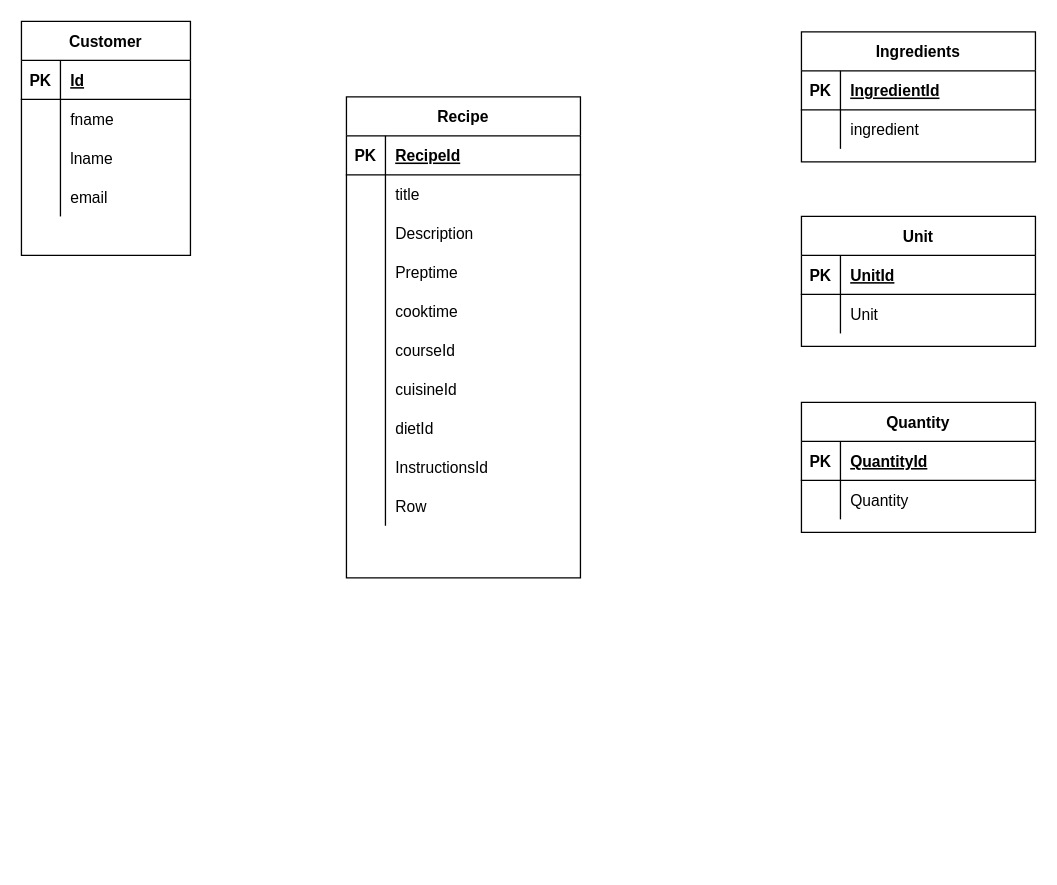
kraj404/techtalk keeps this draw.io diagram as FindRecipe.drawio. Above is the earlier version. Source tidied: cells renumbered, new cells numbered last; positions are measured from the earlier drawing's top-left corner, leaving out a move shared by most shapes. Both pictures are drawn from the tidied source at 130%, with x=0, y=0 at pixel (21, 21).
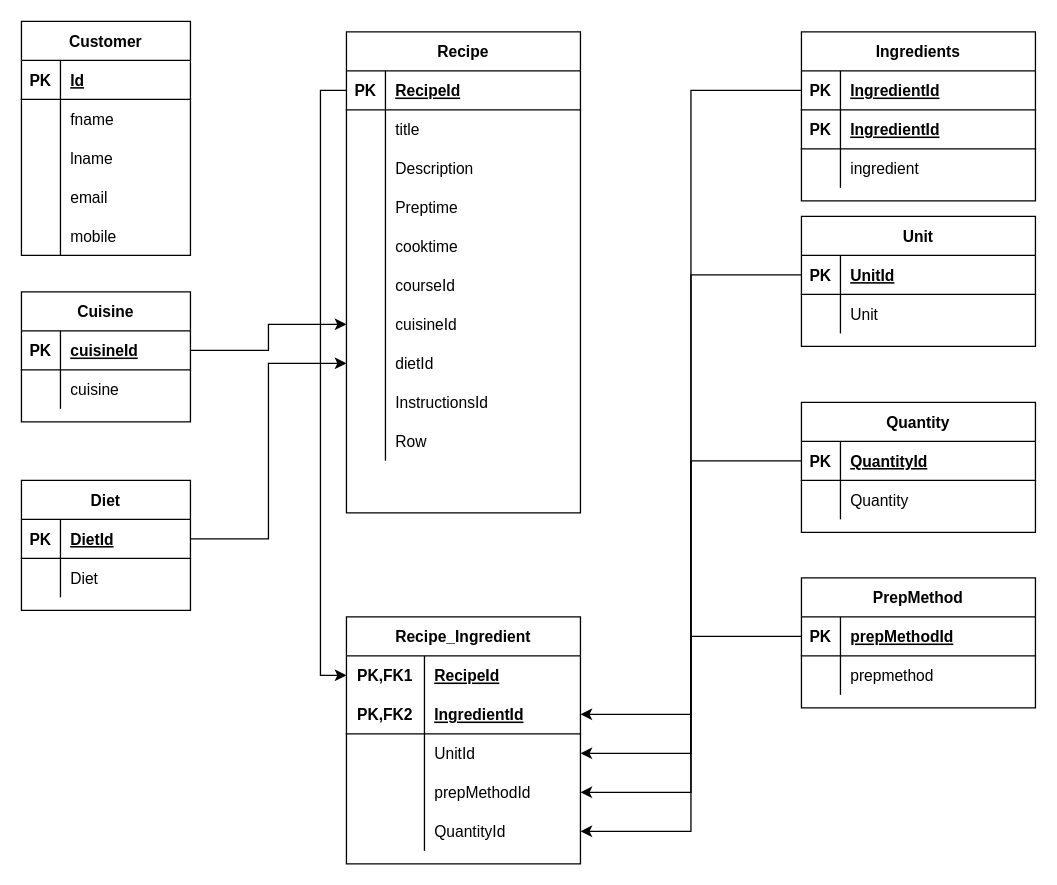
After the change.

Unchanged cells that the change refers to:
```xml
<mxCell id="2" value="Customer" style="shape=table;startSize=30;childLayout=tableLayout;rowLines=0;fontStyle=1;align=center;" parent="1" vertex="1">
  <mxGeometry width="130" height="180" as="geometry" />
</mxCell>
<mxCell id="23" style="shape=partialRectangle;fillColor=none;top=0;left=0;bottom=1;right=0;points=[[0,0.5],[1,0.5]];portConstraint=eastwest;" parent="22" vertex="1">
  <mxGeometry y="30" width="180" height="30" as="geometry" />
</mxCell>
<mxCell id="41" style="shape=partialRectangle;fillColor=none;top=0;left=0;bottom=0;right=0;points=[[0,0.5],[1,0.5]];portConstraint=eastwest;" parent="22" vertex="1">
  <mxGeometry y="210" width="180" height="30" as="geometry" />
</mxCell>
<mxCell id="44" style="shape=partialRectangle;fillColor=none;top=0;left=0;bottom=0;right=0;points=[[0,0.5],[1,0.5]];portConstraint=eastwest;" parent="22" vertex="1">
  <mxGeometry y="240" width="180" height="30" as="geometry" />
</mxCell>
<mxCell id="54" style="shape=partialRectangle;fillColor=none;top=0;left=0;bottom=1;right=0;points=[[0,0.5],[1,0.5]];portConstraint=eastwest;" parent="53" vertex="1">
  <mxGeometry y="30" width="180" height="30" as="geometry" />
</mxCell>
<mxCell id="61" style="shape=partialRectangle;fillColor=none;top=0;left=0;bottom=1;right=0;points=[[0,0.5],[1,0.5]];portConstraint=eastwest;" parent="60" vertex="1">
  <mxGeometry y="30" width="180" height="30" as="geometry" />
</mxCell>
```

The edit, as a diff of the source:
```diff
@@
+    <mxCell id="67" style="shape=partialRectangle;fillColor=none;top=0;left=0;bottom=0;right=0;" parent="2" vertex="1">
+      <mxGeometry y="120" width="130" height="30" as="geometry" />
+    </mxCell>
+    <mxCell id="68" style="shape=partialRectangle;fillColor=none;top=0;left=0;bottom=0;right=0;overflow=hidden;" parent="67" vertex="1">
+      <mxGeometry width="30" height="30" as="geometry" />
+    </mxCell>
+    <mxCell id="69" value="email" style="shape=partialRectangle;fillColor=none;top=0;left=0;bottom=0;right=0;align=left;spacingLeft=6;overflow=hidden;" parent="67" vertex="1">
+      <mxGeometry x="30" width="100" height="30" as="geometry" />
+    </mxCell>
     <mxCell id="12" style="shape=partialRectangle;fillColor=none;top=0;left=0;bottom=0;right=0;" parent="2" vertex="1">
-      <mxGeometry y="120" width="130" height="30" as="geometry" />
+      <mxGeometry y="150" width="130" height="30" as="geometry" />
     </mxCell>
@@
-    <mxCell id="14" value="email" style="shape=partialRectangle;fillColor=none;top=0;left=0;bottom=0;right=0;align=left;spacingLeft=6;overflow=hidden;" parent="12" vertex="1">
+    <mxCell id="14" value="mobile" style="shape=partialRectangle;fillColor=none;top=0;left=0;bottom=0;right=0;align=left;spacingLeft=6;overflow=hidden;" parent="12" vertex="1">
       <mxGeometry x="30" width="100" height="30" as="geometry" />
     </mxCell>
     <mxCell id="15" value="Ingredients" style="shape=table;startSize=30;childLayout=tableLayout;rowLines=0;fontStyle=1;align=center;" parent="1" vertex="1">
-      <mxGeometry x="600" y="8" width="180" height="100" as="geometry" />
+      <mxGeometry x="600" y="8" width="180" height="130" as="geometry" />
     </mxCell>
+    <mxCell id="70" style="shape=partialRectangle;fillColor=none;top=0;left=0;bottom=1;right=0;points=[[0,0.5],[1,0.5]];portConstraint=eastwest;" parent="15" vertex="1">
+      <mxGeometry y="30" width="180" height="30" as="geometry" />
+    </mxCell>
+    <mxCell id="71" value="PK" style="shape=partialRectangle;fillColor=none;top=0;left=0;bottom=0;right=0;fontStyle=1;overflow=hidden;" parent="70" vertex="1">
+      <mxGeometry width="30" height="30" as="geometry" />
+    </mxCell>
+    <mxCell id="72" value="IngredientId" style="shape=partialRectangle;fillColor=none;top=0;left=0;bottom=0;right=0;align=left;spacingLeft=6;fontStyle=5;overflow=hidden;" parent="70" vertex="1">
+      <mxGeometry x="30" width="150" height="30" as="geometry" />
+    </mxCell>
     <mxCell id="16" style="shape=partialRectangle;fillColor=none;top=0;left=0;bottom=1;right=0;" parent="15" vertex="1">
-      <mxGeometry y="30" width="180" height="30" as="geometry" />
+      <mxGeometry y="60" width="180" height="30" as="geometry" />
     </mxCell>
@@
     <mxCell id="19" style="shape=partialRectangle;fillColor=none;top=0;left=0;bottom=0;right=0;" parent="15" vertex="1">
-      <mxGeometry y="60" width="180" height="30" as="geometry" />
+      <mxGeometry y="90" width="180" height="30" as="geometry" />
     </mxCell>
@@
     <mxCell id="22" value="Recipe" style="shape=table;startSize=30;childLayout=tableLayout;rowLines=0;fontStyle=1;align=center;" parent="1" vertex="1">
-      <mxGeometry x="250" y="58" width="180" height="370" as="geometry" />
+      <mxGeometry x="250" y="8" width="180" height="370" as="geometry" />
     </mxCell>
@@
+    <mxCell id="73" value="Recipe_Ingredient" style="shape=table;startSize=30;childLayout=tableLayout;rowLines=0;fontStyle=1;align=center;" parent="1" vertex="1">
+      <mxGeometry x="250" y="458" width="180" height="190" as="geometry" />
+    </mxCell>
+    <mxCell id="74" style="shape=partialRectangle;fillColor=none;top=0;left=0;bottom=0;right=0;points=[[0,0.5],[1,0.5]];portConstraint=eastwest;" parent="73" vertex="1">
+      <mxGeometry y="30" width="180" height="30" as="geometry" />
+    </mxCell>
+    <mxCell id="75" value="PK,FK1" style="shape=partialRectangle;fillColor=none;top=0;left=0;bottom=0;right=0;fontStyle=1;overflow=hidden;" parent="74" vertex="1">
+      <mxGeometry width="60" height="30" as="geometry" />
+    </mxCell>
+    <mxCell id="76" value="RecipeId" style="shape=partialRectangle;fillColor=none;top=0;left=0;bottom=0;right=0;align=left;spacingLeft=6;fontStyle=5;overflow=hidden;" parent="74" vertex="1">
+      <mxGeometry x="60" width="120" height="30" as="geometry" />
+    </mxCell>
+    <mxCell id="77" style="shape=partialRectangle;fillColor=none;top=0;left=0;bottom=1;right=0;points=[[0,0.5],[1,0.5]];portConstraint=eastwest;" parent="73" vertex="1">
+      <mxGeometry y="60" width="180" height="30" as="geometry" />
+    </mxCell>
+    <mxCell id="78" value="PK,FK2" style="shape=partialRectangle;fillColor=none;top=0;left=0;bottom=0;right=0;fontStyle=1;overflow=hidden;" parent="77" vertex="1">
+      <mxGeometry width="60" height="30" as="geometry" />
+    </mxCell>
+    <mxCell id="79" value="IngredientId" style="shape=partialRectangle;fillColor=none;top=0;left=0;bottom=0;right=0;align=left;spacingLeft=6;fontStyle=5;overflow=hidden;" parent="77" vertex="1">
+      <mxGeometry x="60" width="120" height="30" as="geometry" />
+    </mxCell>
+    <mxCell id="80" style="shape=partialRectangle;fillColor=none;top=0;left=0;bottom=0;right=0;points=[[0,0.5],[1,0.5]];portConstraint=eastwest;" parent="73" vertex="1">
+      <mxGeometry y="90" width="180" height="30" as="geometry" />
+    </mxCell>
+    <mxCell id="81" style="shape=partialRectangle;fillColor=none;top=0;left=0;bottom=0;right=0;overflow=hidden;" parent="80" vertex="1">
+      <mxGeometry width="60" height="30" as="geometry" />
+    </mxCell>
+    <mxCell id="82" value="UnitId" style="shape=partialRectangle;fillColor=none;top=0;left=0;bottom=0;right=0;align=left;spacingLeft=6;overflow=hidden;" parent="80" vertex="1">
+      <mxGeometry x="60" width="120" height="30" as="geometry" />
+    </mxCell>
+    <mxCell id="83" style="shape=partialRectangle;fillColor=none;top=0;left=0;bottom=0;right=0;points=[[0,0.5],[1,0.5]];portConstraint=eastwest;" parent="73" vertex="1">
+      <mxGeometry y="120" width="180" height="30" as="geometry" />
+    </mxCell>
+    <mxCell id="84" style="shape=partialRectangle;fillColor=none;top=0;left=0;bottom=0;right=0;overflow=hidden;" parent="83" vertex="1">
+      <mxGeometry width="60" height="30" as="geometry" />
+    </mxCell>
+    <mxCell id="85" value="prepMethodId" style="shape=partialRectangle;fillColor=none;top=0;left=0;bottom=0;right=0;align=left;spacingLeft=6;overflow=hidden;" parent="83" vertex="1">
+      <mxGeometry x="60" width="120" height="30" as="geometry" />
+    </mxCell>
+    <mxCell id="86" style="shape=partialRectangle;fillColor=none;top=0;left=0;bottom=0;right=0;points=[[0,0.5],[1,0.5]];portConstraint=eastwest;" parent="73" vertex="1">
+      <mxGeometry y="150" width="180" height="30" as="geometry" />
+    </mxCell>
+    <mxCell id="87" style="shape=partialRectangle;fillColor=none;top=0;left=0;bottom=0;right=0;overflow=hidden;" parent="86" vertex="1">
+      <mxGeometry width="60" height="30" as="geometry" />
+    </mxCell>
+    <mxCell id="88" value="QuantityId" style="shape=partialRectangle;fillColor=none;top=0;left=0;bottom=0;right=0;align=left;spacingLeft=6;overflow=hidden;" parent="86" vertex="1">
+      <mxGeometry x="60" width="120" height="30" as="geometry" />
+    </mxCell>
+    <mxCell id="89" style="edgeStyle=orthogonalEdgeStyle;rounded=0;jettySize=auto;html=1;" parent="1" edge="1" source="70" target="77">
+      <mxGeometry relative="1" as="geometry" />
+    </mxCell>
+    <mxCell id="90" style="edgeStyle=orthogonalEdgeStyle;rounded=0;jettySize=auto;html=1;" parent="1" edge="1" source="23" target="74">
+      <mxGeometry relative="1" as="geometry">
+        <Array as="points">
+          <mxPoint x="230" y="53" />
+          <mxPoint x="230" y="503" />
+        </Array>
+      </mxGeometry>
+    </mxCell>
+    <mxCell id="91" style="edgeStyle=orthogonalEdgeStyle;rounded=0;jettySize=auto;html=1;entryX=1;entryY=0.5;entryDx=0;entryDy=0;" parent="1" edge="1" source="54" target="80">
+      <mxGeometry relative="1" as="geometry" />
+    </mxCell>
+    <mxCell id="92" style="edgeStyle=orthogonalEdgeStyle;rounded=0;jettySize=auto;html=1;entryX=1;entryY=0.5;entryDx=0;entryDy=0;" parent="1" edge="1" source="61" target="86">
+      <mxGeometry relative="1" as="geometry" />
+    </mxCell>
+    <mxCell id="93" value="PrepMethod" style="shape=table;startSize=30;childLayout=tableLayout;rowLines=0;fontStyle=1;align=center;" parent="1" vertex="1">
+      <mxGeometry x="600" y="428" width="180" height="100" as="geometry" />
+    </mxCell>
+    <mxCell id="94" style="shape=partialRectangle;fillColor=none;top=0;left=0;bottom=1;right=0;points=[[0,0.5],[1,0.5]];portConstraint=eastwest;" parent="93" vertex="1">
+      <mxGeometry y="30" width="180" height="30" as="geometry" />
+    </mxCell>
+    <mxCell id="95" value="PK" style="shape=partialRectangle;fillColor=none;top=0;left=0;bottom=0;right=0;fontStyle=1;overflow=hidden;" parent="94" vertex="1">
+      <mxGeometry width="30" height="30" as="geometry" />
+    </mxCell>
+    <mxCell id="96" value="prepMethodId" style="shape=partialRectangle;fillColor=none;top=0;left=0;bottom=0;right=0;align=left;spacingLeft=6;fontStyle=5;overflow=hidden;" parent="94" vertex="1">
+      <mxGeometry x="30" width="150" height="30" as="geometry" />
+    </mxCell>
+    <mxCell id="97" style="shape=partialRectangle;fillColor=none;top=0;left=0;bottom=0;right=0;" parent="93" vertex="1">
+      <mxGeometry y="60" width="180" height="30" as="geometry" />
+    </mxCell>
+    <mxCell id="98" style="shape=partialRectangle;fillColor=none;top=0;left=0;bottom=0;right=0;overflow=hidden;" parent="97" vertex="1">
+      <mxGeometry width="30" height="30" as="geometry" />
+    </mxCell>
+    <mxCell id="99" value="prepmethod" style="shape=partialRectangle;fillColor=none;top=0;left=0;bottom=0;right=0;align=left;spacingLeft=6;overflow=hidden;" parent="97" vertex="1">
+      <mxGeometry x="30" width="150" height="30" as="geometry" />
+    </mxCell>
+    <mxCell id="100" style="edgeStyle=orthogonalEdgeStyle;rounded=0;jettySize=auto;html=1;entryX=1;entryY=0.5;entryDx=0;entryDy=0;" parent="1" edge="1" source="94" target="83">
+      <mxGeometry relative="1" as="geometry" />
+    </mxCell>
+    <mxCell id="101" value="Cuisine" style="shape=table;startSize=30;childLayout=tableLayout;rowLines=0;fontStyle=1;align=center;" parent="1" vertex="1">
+      <mxGeometry y="208" width="130" height="100" as="geometry" />
+    </mxCell>
+    <mxCell id="102" style="shape=partialRectangle;fillColor=none;top=0;left=0;bottom=1;right=0;points=[[0,0.5],[1,0.5]];portConstraint=eastwest;" parent="101" vertex="1">
+      <mxGeometry y="30" width="130" height="30" as="geometry" />
+    </mxCell>
+    <mxCell id="103" value="PK" style="shape=partialRectangle;fillColor=none;top=0;left=0;bottom=0;right=0;fontStyle=1;overflow=hidden;" parent="102" vertex="1">
+      <mxGeometry width="30" height="30" as="geometry" />
+    </mxCell>
+    <mxCell id="104" value="cuisineId" style="shape=partialRectangle;fillColor=none;top=0;left=0;bottom=0;right=0;align=left;spacingLeft=6;fontStyle=5;overflow=hidden;" parent="102" vertex="1">
+      <mxGeometry x="30" width="100" height="30" as="geometry" />
+    </mxCell>
+    <mxCell id="105" style="shape=partialRectangle;fillColor=none;top=0;left=0;bottom=0;right=0;" parent="101" vertex="1">
+      <mxGeometry y="60" width="130" height="30" as="geometry" />
+    </mxCell>
+    <mxCell id="106" style="shape=partialRectangle;fillColor=none;top=0;left=0;bottom=0;right=0;overflow=hidden;" parent="105" vertex="1">
+      <mxGeometry width="30" height="30" as="geometry" />
+    </mxCell>
+    <mxCell id="107" value="cuisine" style="shape=partialRectangle;fillColor=none;top=0;left=0;bottom=0;right=0;align=left;spacingLeft=6;overflow=hidden;" parent="105" vertex="1">
+      <mxGeometry x="30" width="100" height="30" as="geometry" />
+    </mxCell>
+    <mxCell id="108" style="edgeStyle=orthogonalEdgeStyle;rounded=0;jettySize=auto;html=1;" parent="1" edge="1" source="102" target="41">
+      <mxGeometry relative="1" as="geometry" />
+    </mxCell>
+    <mxCell id="109" value="Diet" style="shape=table;startSize=30;childLayout=tableLayout;rowLines=0;fontStyle=1;align=center;" parent="1" vertex="1">
+      <mxGeometry y="353" width="130" height="100" as="geometry" />
+    </mxCell>
+    <mxCell id="110" style="shape=partialRectangle;fillColor=none;top=0;left=0;bottom=1;right=0;points=[[0,0.5],[1,0.5]];portConstraint=eastwest;" parent="109" vertex="1">
+      <mxGeometry y="30" width="130" height="30" as="geometry" />
+    </mxCell>
+    <mxCell id="111" value="PK" style="shape=partialRectangle;fillColor=none;top=0;left=0;bottom=0;right=0;fontStyle=1;overflow=hidden;" parent="110" vertex="1">
+      <mxGeometry width="30" height="30" as="geometry" />
+    </mxCell>
+    <mxCell id="112" value="DietId" style="shape=partialRectangle;fillColor=none;top=0;left=0;bottom=0;right=0;align=left;spacingLeft=6;fontStyle=5;overflow=hidden;" parent="110" vertex="1">
+      <mxGeometry x="30" width="100" height="30" as="geometry" />
+    </mxCell>
+    <mxCell id="113" style="shape=partialRectangle;fillColor=none;top=0;left=0;bottom=0;right=0;" parent="109" vertex="1">
+      <mxGeometry y="60" width="130" height="30" as="geometry" />
+    </mxCell>
+    <mxCell id="114" style="shape=partialRectangle;fillColor=none;top=0;left=0;bottom=0;right=0;overflow=hidden;" parent="113" vertex="1">
+      <mxGeometry width="30" height="30" as="geometry" />
+    </mxCell>
+    <mxCell id="115" value="Diet" style="shape=partialRectangle;fillColor=none;top=0;left=0;bottom=0;right=0;align=left;spacingLeft=6;overflow=hidden;" parent="113" vertex="1">
+      <mxGeometry x="30" width="100" height="30" as="geometry" />
+    </mxCell>
+    <mxCell id="116" style="edgeStyle=orthogonalEdgeStyle;rounded=0;jettySize=auto;html=1;" parent="1" edge="1" source="110" target="44">
+      <mxGeometry relative="1" as="geometry" />
+    </mxCell>
```
